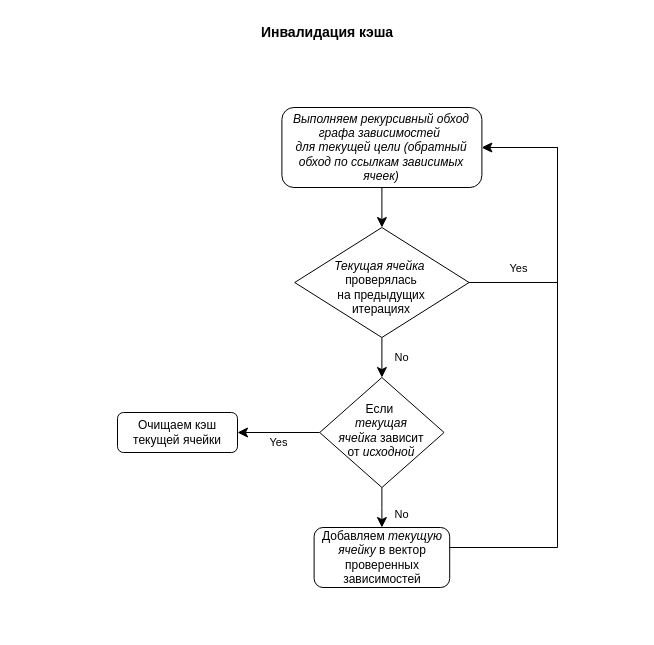
This is design/cache_invalidation.drawio from IgorKilipenko/cpp-spreadsheet, a draw.io file, before an edit. Source tidied: cells renumbered, new cells numbered last; positions are measured from the earlier drawing's top-left corner, leaving out a move shared by most shapes. Both pictures are drawn from the tidied source at 100%, with x=0, y=0 at pixel (17, 17).
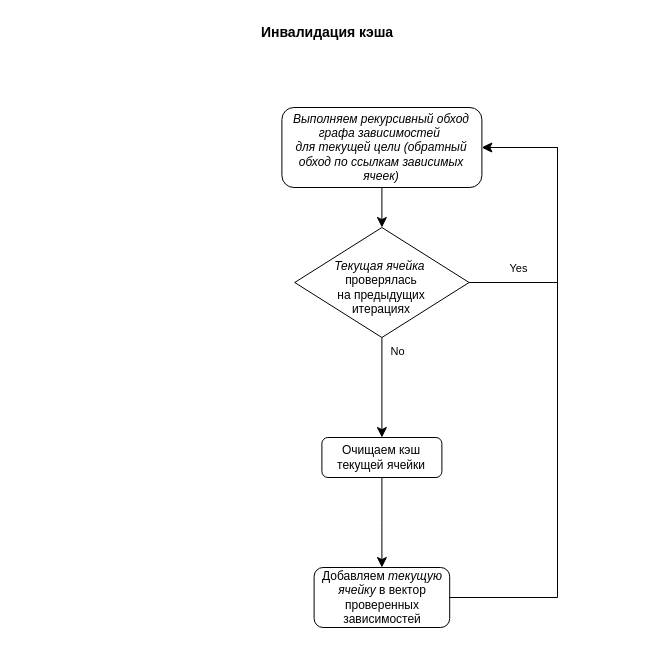
Above is the later version.

Change to the diagram source:
```diff
@@
 <mxGraphModel>
   <root>
     <mxCell id="0" />
     <mxCell id="1" parent="0" />
     <mxCell id="2" style="rounded=0;html=1;jettySize=auto;fontSize=11;endArrow=classic;endFill=1;endSize=8;strokeWidth=1;shadow=0;labelBackgroundColor=none;edgeStyle=orthogonalEdgeStyle;" parent="1" edge="1" source="14" target="4">
       <mxGeometry relative="1" as="geometry" />
     </mxCell>
-    <mxCell id="3" value="No" style="rounded=0;html=1;jettySize=auto;fontSize=11;endArrow=classic;endFill=1;endSize=8;strokeWidth=1;shadow=0;labelBackgroundColor=none;edgeStyle=orthogonalEdgeStyle;" parent="1" edge="1" source="4" target="7">
-      <mxGeometry x="0.01" y="20" relative="1" as="geometry" />
+    <mxCell id="3" value="No" style="rounded=0;html=1;jettySize=auto;fontSize=11;endArrow=classic;endFill=1;endSize=8;strokeWidth=1;shadow=0;labelBackgroundColor=none;edgeStyle=orthogonalEdgeStyle;" parent="1" edge="1" source="4" target="10">
+      <mxGeometry x="-0.73" y="16" relative="1" as="geometry" />
     </mxCell>
     <mxCell id="4" value="&lt;br&gt;&lt;i&gt;Текущая ячейка&lt;/i&gt;&amp;nbsp;&lt;br&gt;проверялась &lt;br&gt;на предыдущих&lt;br&gt;итерациях" style="rhombus;whiteSpace=wrap;html=1;shadow=0;fontFamily=Helvetica;fontSize=12;align=center;strokeWidth=1;spacing=6;spacingTop=-4;" parent="1" vertex="1">
       <mxGeometry x="277.2" y="210" width="174.4" height="110" as="geometry" />
     </mxCell>
-    <mxCell id="5" value="No" style="rounded=0;html=1;jettySize=auto;fontSize=11;endArrow=classic;endFill=1;endSize=8;strokeWidth=1;shadow=0;labelBackgroundColor=none;edgeStyle=orthogonalEdgeStyle;" parent="1" edge="1" source="7" target="9">
-      <mxGeometry x="0.33" y="20" relative="1" as="geometry" />
-    </mxCell>
-    <mxCell id="6" value="Yes" style="edgeStyle=orthogonalEdgeStyle;rounded=0;html=1;jettySize=auto;fontSize=11;endArrow=classic;endFill=1;endSize=8;strokeWidth=1;shadow=0;labelBackgroundColor=none;" parent="1" edge="1" source="7" target="10">
-      <mxGeometry y="10" relative="1" as="geometry" />
-    </mxCell>
-    <mxCell id="7" value="Если&amp;nbsp;&lt;br style=&quot;border-color: var(--border-color);&quot;&gt;&lt;i style=&quot;border-color: var(--border-color);&quot;&gt;текущая ячейка&lt;/i&gt;&amp;nbsp;зависит от&amp;nbsp;&lt;i style=&quot;border-color: var(--border-color);&quot;&gt;исходной&lt;/i&gt;" style="rhombus;whiteSpace=wrap;html=1;shadow=0;fontFamily=Helvetica;fontSize=12;align=center;strokeWidth=1;spacing=6;spacingTop=-4;" parent="1" vertex="1">
-      <mxGeometry x="302.2" y="360" width="124.4" height="110" as="geometry" />
-    </mxCell>
     <mxCell id="8" style="edgeStyle=orthogonalEdgeStyle;rounded=0;jettySize=auto;html=1;labelBackgroundColor=none;endFill=1;endSize=8;strokeWidth=1;shadow=0;" parent="1" edge="1" source="9" target="14">
       <mxGeometry relative="1" as="geometry">
         <Array as="points">
-          <mxPoint x="540" y="530" />
+          <mxPoint x="540" y="580" />
           <mxPoint x="540" y="130" />
         </Array>
       </mxGeometry>
     </mxCell>
     <mxCell id="9" value="Добавляем &lt;i&gt;текущую ячейку&lt;/i&gt;&amp;nbsp;в вектор проверенных зависимостей" style="rounded=1;whiteSpace=wrap;html=1;fontSize=12;glass=0;strokeWidth=1;shadow=0;" parent="1" vertex="1">
-      <mxGeometry x="296.6" y="510" width="135.6" height="60" as="geometry" />
+      <mxGeometry x="296.6" y="550" width="135.6" height="60" as="geometry" />
     </mxCell>
     <mxCell id="10" value="Очищаем кэш текущей ячейки" style="rounded=1;whiteSpace=wrap;html=1;fontSize=12;glass=0;strokeWidth=1;shadow=0;" parent="1" vertex="1">
-      <mxGeometry x="100" y="395" width="120" height="40" as="geometry" />
+      <mxGeometry x="304.4" y="420" width="120" height="40" as="geometry" />
     </mxCell>
     <mxCell id="11" value="&lt;b&gt;&lt;font style=&quot;font-size: 14px;&quot;&gt;Инвалидация кэша&lt;/font&gt;&lt;/b&gt;" style="text;html=1;strokeColor=none;fillColor=none;align=center;verticalAlign=middle;whiteSpace=wrap;rounded=0;" parent="1" vertex="1">
       <mxGeometry width="620" height="30" as="geometry" />
     </mxCell>
     <mxCell id="12" style="edgeStyle=orthogonalEdgeStyle;rounded=0;jettySize=auto;html=1;" parent="1" edge="1" source="4" target="14">
       <mxGeometry relative="1" as="geometry">
         <Array as="points">
           <mxPoint x="540" y="265" />
           <mxPoint x="540" y="130" />
         </Array>
       </mxGeometry>
     </mxCell>
     <mxCell id="13" value="Yes" style="edgeLabel;html=1;align=center;verticalAlign=middle;" parent="12" vertex="1">
       <mxGeometry x="-0.79" relative="1" as="geometry">
         <mxPoint x="18" y="-15" as="offset" />
       </mxGeometry>
     </mxCell>
     <mxCell id="14" value="&lt;font style=&quot;font-size: 12px;&quot;&gt;&lt;i&gt;Выполняем рекурсивный обход графа зависимостей&amp;nbsp;&lt;br&gt;для текущей цели (обратный обход по ссылкам зависимых ячеек)&lt;br&gt;&lt;/i&gt;&lt;/font&gt;" style="rounded=1;whiteSpace=wrap;html=1;" parent="1" vertex="1">
       <mxGeometry x="264.4" y="90" width="200" height="80" as="geometry" />
     </mxCell>
+    <mxCell id="15" style="rounded=0;html=1;jettySize=auto;fontSize=11;endArrow=classic;endFill=1;endSize=8;strokeWidth=1;shadow=0;labelBackgroundColor=none;edgeStyle=orthogonalEdgeStyle;" parent="1" edge="1" source="10" target="9">
+      <mxGeometry relative="1" as="geometry" />
+    </mxCell>
   </root>
 </mxGraphModel>
```
